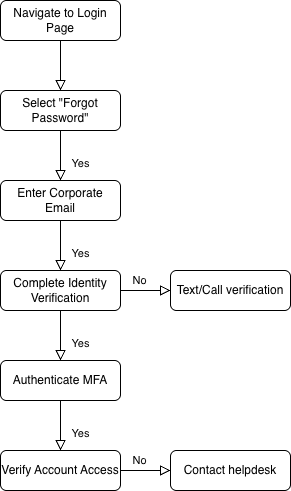
SLH879/TW-Portfolio keeps this draw.io diagram as docs/diagrams/password-reset.png. Above is the earlier version. Source tidied: cells renumbered, new cells last; positions are measured from the earlier drawing's top-left corner, leaving out a move shared by most shapes.
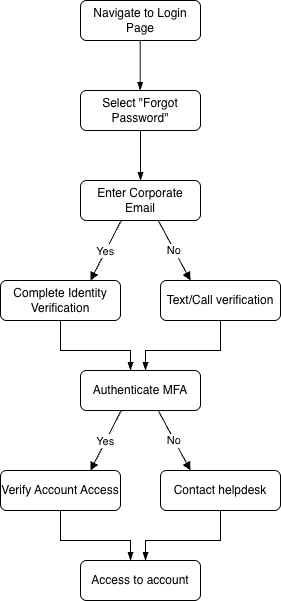
Later version of the same file.

Diff of the diagram source:
```diff
@@ -1,71 +1,105 @@
 <mxGraphModel>
   <root>
-    <mxCell id="0" />
-    <mxCell id="1" parent="0" />
-    <mxCell id="2" style="rounded=0;html=1;jettySize=auto;fontSize=11;endArrow=block;endFill=0;endSize=8;strokeWidth=1;shadow=0;labelBackgroundColor=none;edgeStyle=orthogonalEdgeStyle;" parent="1" edge="1" source="3">
-      <mxGeometry relative="1" as="geometry">
-        <mxPoint x="60" y="90" as="targetPoint" />
-      </mxGeometry>
-    </mxCell>
+    <mxCell id="17" />
+    <mxCell id="18" parent="17" />
+    <mxCell id="19" value="No" style="curved=1;startArrow=none;endArrow=block;exitX=0.85;exitY=1;" parent="18" edge="1">
+      <mxGeometry relative="1" as="geometry">
+        <mxPoint x="157.8" y="150" as="sourcePoint" />
+        <mxPoint x="190" y="210" as="targetPoint" />
+      </mxGeometry>
+    </mxCell>
-    <mxCell id="3" value="&lt;span style=&quot;text-align: left;&quot;&gt;Navigate to Login Page&lt;/span&gt;" style="rounded=1;whiteSpace=wrap;html=1;fontSize=12;glass=0;strokeWidth=1;shadow=0;" parent="1" vertex="1">
-      <mxGeometry width="120" height="40" as="geometry" />
+    <mxCell id="3" value="&lt;span style=&quot;text-align: left;&quot;&gt;Navigate to Login Page&lt;/span&gt;" style="rounded=1;whiteSpace=wrap;html=1;fontSize=12;glass=0;strokeWidth=1;shadow=0;" parent="18" vertex="1">
+      <mxGeometry x="80" y="-70" width="120" height="40" as="geometry" />
     </mxCell>
-    <mxCell id="4" value="Yes" style="rounded=0;html=1;jettySize=auto;fontSize=11;endArrow=block;endFill=0;endSize=8;strokeWidth=1;shadow=0;labelBackgroundColor=none;edgeStyle=orthogonalEdgeStyle;" parent="1" edge="1" target="5">
-      <mxGeometry x="0.33" y="20" relative="1" as="geometry">
-        <mxPoint x="60" y="220" as="sourcePoint" />
-      </mxGeometry>
-    </mxCell>
-    <mxCell id="5" value="&lt;span style=&quot;text-align: left;&quot;&gt;Complete Identity Verification&lt;/span&gt;" style="rounded=1;whiteSpace=wrap;html=1;fontSize=12;glass=0;strokeWidth=1;shadow=0;" parent="1" vertex="1">
-      <mxGeometry y="270" width="120" height="40" as="geometry" />
+    <mxCell id="5" value="&lt;span style=&quot;text-align: left;&quot;&gt;Complete Identity Verification&lt;/span&gt;" style="rounded=1;whiteSpace=wrap;html=1;fontSize=12;glass=0;strokeWidth=1;shadow=0;" parent="18" vertex="1">
+      <mxGeometry y="210" width="120" height="40" as="geometry" />
     </mxCell>
-    <mxCell id="6" value="Yes" style="rounded=0;html=1;jettySize=auto;fontSize=11;endArrow=block;endFill=0;endSize=8;strokeWidth=1;shadow=0;labelBackgroundColor=none;edgeStyle=orthogonalEdgeStyle;exitX=0.5;exitY=1;exitDx=0;exitDy=0;" parent="1" edge="1" source="5" target="7">
-      <mxGeometry x="0.33" y="20" relative="1" as="geometry" />
+    <mxCell id="6" style="rounded=0;html=1;jettySize=auto;fontSize=11;endArrow=blockThin;endFill=1;endSize=6;strokeWidth=1;shadow=0;labelBackgroundColor=none;edgeStyle=orthogonalEdgeStyle;exitX=0.5;exitY=1;exitDx=0;exitDy=0;" parent="18" edge="1" source="5" target="7">
+      <mxGeometry x="0.33" y="20" relative="1" as="geometry">
+        <Array as="points">
+          <mxPoint x="60" y="280" />
+          <mxPoint x="130" y="280" />
+        </Array>
+      </mxGeometry>
     </mxCell>
-    <mxCell id="7" value="&lt;span style=&quot;text-align: left;&quot;&gt;Authenticate MFA&lt;/span&gt;" style="rounded=1;whiteSpace=wrap;html=1;fontSize=12;glass=0;strokeWidth=1;shadow=0;" parent="1" vertex="1">
-      <mxGeometry y="360" width="120" height="40" as="geometry" />
+    <mxCell id="7" value="&lt;span style=&quot;text-align: left;&quot;&gt;Authenticate MFA&lt;/span&gt;" style="rounded=1;whiteSpace=wrap;html=1;fontSize=12;glass=0;strokeWidth=1;shadow=0;" parent="18" vertex="1">
+      <mxGeometry x="80" y="300" width="120" height="40" as="geometry" />
     </mxCell>
-    <mxCell id="8" value="Yes" style="rounded=0;html=1;jettySize=auto;fontSize=11;endArrow=block;endFill=0;endSize=8;strokeWidth=1;shadow=0;labelBackgroundColor=none;edgeStyle=orthogonalEdgeStyle;" parent="1" edge="1" target="9">
-      <mxGeometry x="0.33" y="20" relative="1" as="geometry">
-        <mxPoint x="60" y="400" as="sourcePoint" />
-      </mxGeometry>
-    </mxCell>
-    <mxCell id="9" value="&lt;span style=&quot;text-align: left;&quot;&gt;Verify Account Access&lt;/span&gt;" style="rounded=1;whiteSpace=wrap;html=1;fontSize=12;glass=0;strokeWidth=1;shadow=0;" parent="1" vertex="1">
-      <mxGeometry y="450" width="120" height="40" as="geometry" />
+    <mxCell id="9" value="&lt;span style=&quot;text-align: left;&quot;&gt;Verify Account Access&lt;/span&gt;" style="rounded=1;whiteSpace=wrap;html=1;fontSize=12;glass=0;strokeWidth=1;shadow=0;" parent="18" vertex="1">
+      <mxGeometry y="400" width="120" height="40" as="geometry" />
     </mxCell>
-    <mxCell id="10" value="No" style="edgeStyle=orthogonalEdgeStyle;rounded=0;html=1;jettySize=auto;fontSize=11;endArrow=block;endFill=0;endSize=8;strokeWidth=1;shadow=0;labelBackgroundColor=none;" parent="1" edge="1" target="11">
-      <mxGeometry x="0.18" y="11" relative="1" as="geometry">
-        <mxPoint x="120" y="300" as="sourcePoint" />
-        <Array as="points">
-          <mxPoint x="120" y="290" />
-        </Array>
-        <mxPoint x="-6" y="1" as="offset" />
-      </mxGeometry>
-    </mxCell>
-    <mxCell id="11" value="Text/Call verification" style="rounded=1;whiteSpace=wrap;html=1;fontSize=12;glass=0;strokeWidth=1;shadow=0;" parent="1" vertex="1">
-      <mxGeometry x="170" y="270" width="120" height="40" as="geometry" />
+    <mxCell id="11" value="Text/Call verification" style="rounded=1;whiteSpace=wrap;html=1;fontSize=12;glass=0;strokeWidth=1;shadow=0;" parent="18" vertex="1">
+      <mxGeometry x="160" y="210" width="120" height="40" as="geometry" />
     </mxCell>
-    <mxCell id="12" value="&lt;span style=&quot;text-align: left;&quot;&gt;Select &quot;Forgot Password&quot;&lt;/span&gt;" style="rounded=1;whiteSpace=wrap;html=1;fontSize=12;glass=0;strokeWidth=1;shadow=0;" parent="1" vertex="1">
-      <mxGeometry y="90" width="120" height="40" as="geometry" />
+    <mxCell id="12" value="&lt;span style=&quot;text-align: left;&quot;&gt;Select &quot;Forgot Password&quot;&lt;/span&gt;" style="rounded=1;whiteSpace=wrap;html=1;fontSize=12;glass=0;strokeWidth=1;shadow=0;" parent="18" vertex="1">
+      <mxGeometry x="80" y="20" width="120" height="40" as="geometry" />
     </mxCell>
-    <mxCell id="13" value="Yes" style="rounded=0;html=1;jettySize=auto;fontSize=11;endArrow=block;endFill=0;endSize=8;strokeWidth=1;shadow=0;labelBackgroundColor=none;edgeStyle=orthogonalEdgeStyle;" parent="1" edge="1" target="14">
-      <mxGeometry x="0.33" y="20" relative="1" as="geometry">
-        <mxPoint x="60" y="130" as="sourcePoint" />
-      </mxGeometry>
-    </mxCell>
+    <mxCell id="20" style="rounded=0;html=1;jettySize=auto;fontSize=11;endArrow=blockThin;endFill=1;endSize=6;strokeWidth=1;shadow=0;labelBackgroundColor=none;edgeStyle=orthogonalEdgeStyle;" parent="18" edge="1" target="14">
+      <mxGeometry x="0.33" y="20" relative="1" as="geometry">
+        <mxPoint x="140" y="60" as="sourcePoint" />
+      </mxGeometry>
+    </mxCell>
-    <mxCell id="14" value="&lt;span style=&quot;text-align: left;&quot;&gt;Enter Corporate Email&lt;/span&gt;" style="rounded=1;whiteSpace=wrap;html=1;fontSize=12;glass=0;strokeWidth=1;shadow=0;" parent="1" vertex="1">
-      <mxGeometry y="180" width="120" height="40" as="geometry" />
+    <mxCell id="14" value="&lt;span style=&quot;text-align: left;&quot;&gt;Enter Corporate Email&lt;/span&gt;" style="rounded=1;whiteSpace=wrap;html=1;fontSize=12;glass=0;strokeWidth=1;shadow=0;" parent="18" vertex="1">
+      <mxGeometry x="80" y="110" width="120" height="40" as="geometry" />
     </mxCell>
-    <mxCell id="15" value="No" style="edgeStyle=orthogonalEdgeStyle;rounded=0;html=1;jettySize=auto;fontSize=11;endArrow=block;endFill=0;endSize=8;strokeWidth=1;shadow=0;labelBackgroundColor=none;" parent="1" edge="1" target="16">
-      <mxGeometry x="0.18" y="11" relative="1" as="geometry">
-        <mxPoint x="120" y="480" as="sourcePoint" />
-        <Array as="points">
-          <mxPoint x="120" y="470" />
-        </Array>
-        <mxPoint x="-6" y="1" as="offset" />
-      </mxGeometry>
-    </mxCell>
-    <mxCell id="16" value="Contact helpdesk" style="rounded=1;whiteSpace=wrap;html=1;fontSize=12;glass=0;strokeWidth=1;shadow=0;" parent="1" vertex="1">
-      <mxGeometry x="170" y="450" width="120" height="40" as="geometry" />
+    <mxCell id="16" value="Contact helpdesk" style="rounded=1;whiteSpace=wrap;html=1;fontSize=12;glass=0;strokeWidth=1;shadow=0;" parent="18" vertex="1">
+      <mxGeometry x="160" y="400" width="120" height="40" as="geometry" />
     </mxCell>
+    <mxCell id="21" style="rounded=0;html=1;jettySize=auto;orthogonalLoop=1;fontSize=11;endArrow=blockThin;endFill=1;endSize=6;strokeWidth=1;shadow=0;labelBackgroundColor=none;edgeStyle=orthogonalEdgeStyle;" parent="18" edge="1">
+      <mxGeometry x="0.33" y="20" relative="1" as="geometry">
+        <mxPoint x="139.7" y="-30" as="sourcePoint" />
+        <mxPoint x="139.7" y="20" as="targetPoint" />
+      </mxGeometry>
+    </mxCell>
+    <mxCell id="22" value="Yes" style="curved=1;startArrow=none;endArrow=block;exitX=0.85;exitY=1;" parent="18" edge="1">
+      <mxGeometry relative="1" as="geometry">
+        <mxPoint x="120.8" y="150" as="sourcePoint" />
+        <mxPoint x="90" y="210" as="targetPoint" />
+      </mxGeometry>
+    </mxCell>
+    <mxCell id="23" style="rounded=0;html=1;jettySize=auto;fontSize=11;endArrow=blockThin;endFill=1;endSize=6;strokeWidth=1;shadow=0;labelBackgroundColor=none;exitX=0.5;exitY=1;exitDx=0;exitDy=0;edgeStyle=orthogonalEdgeStyle;" parent="18" edge="1" target="7">
+      <mxGeometry x="0.33" y="20" relative="1" as="geometry">
+        <mxPoint x="220" y="250" as="sourcePoint" />
+        <Array as="points">
+          <mxPoint x="220" y="280" />
+          <mxPoint x="145" y="280" />
+        </Array>
+      </mxGeometry>
+    </mxCell>
+    <mxCell id="24" value="No" style="curved=1;startArrow=none;endArrow=block;exitX=0.85;exitY=1;endSize=6;startSize=6;" parent="18" edge="1">
+      <mxGeometry relative="1" as="geometry">
+        <mxPoint x="157.8" y="340" as="sourcePoint" />
+        <mxPoint x="190" y="400" as="targetPoint" />
+      </mxGeometry>
+    </mxCell>
+    <mxCell id="25" style="rounded=0;html=1;jettySize=auto;orthogonalLoop=1;fontSize=11;endArrow=blockThin;endFill=1;endSize=6;strokeWidth=1;shadow=0;labelBackgroundColor=none;edgeStyle=orthogonalEdgeStyle;exitX=0.5;exitY=1;exitDx=0;exitDy=0;startSize=6;" parent="18" edge="1">
+      <mxGeometry x="0.33" y="20" relative="1" as="geometry">
+        <mxPoint x="60" y="440" as="sourcePoint" />
+        <mxPoint x="130" y="490" as="targetPoint" />
+        <Array as="points">
+          <mxPoint x="60" y="470" />
+          <mxPoint x="130" y="470" />
+        </Array>
+      </mxGeometry>
+    </mxCell>
+    <mxCell id="26" value="Yes" style="curved=1;startArrow=none;endArrow=block;exitX=0.85;exitY=1;" parent="18" edge="1">
+      <mxGeometry relative="1" as="geometry">
+        <mxPoint x="120.8" y="340" as="sourcePoint" />
+        <mxPoint x="90" y="400" as="targetPoint" />
+      </mxGeometry>
+    </mxCell>
+    <mxCell id="27" style="rounded=0;html=1;jettySize=auto;orthogonalLoop=1;fontSize=11;endArrow=blockThin;endFill=1;endSize=6;strokeWidth=1;shadow=0;labelBackgroundColor=none;exitX=0.5;exitY=1;exitDx=0;exitDy=0;edgeStyle=orthogonalEdgeStyle;startSize=6;" parent="18" edge="1">
+      <mxGeometry x="0.33" y="20" relative="1" as="geometry">
+        <mxPoint x="220" y="440" as="sourcePoint" />
+        <mxPoint x="145" y="490" as="targetPoint" />
+        <Array as="points">
+          <mxPoint x="220" y="470" />
+          <mxPoint x="145" y="470" />
+        </Array>
+      </mxGeometry>
+    </mxCell>
+    <mxCell id="28" value="&lt;span style=&quot;text-align: left;&quot;&gt;Access to account&lt;/span&gt;" style="rounded=1;whiteSpace=wrap;html=1;fontSize=12;glass=0;strokeWidth=1;shadow=0;" parent="18" vertex="1">
+      <mxGeometry x="80" y="490" width="120" height="40" as="geometry" />
+    </mxCell>
   </root>
 </mxGraphModel>
```
